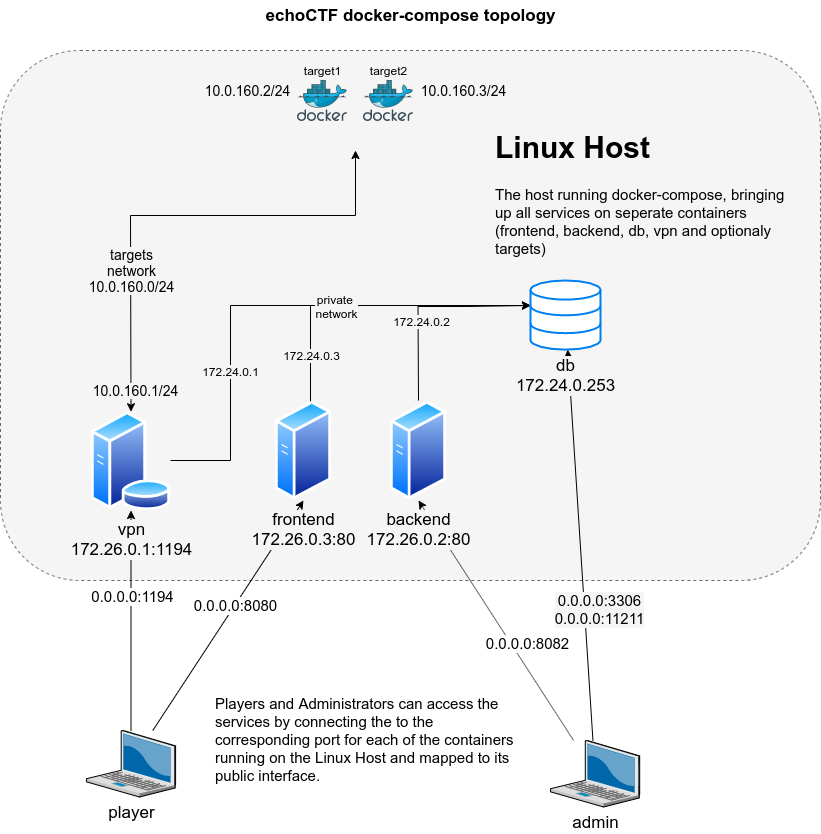
Above: docs/assets/docker-compose-topology.png in echoCTF/echoCTF.RED (draw.io), before the change. Source tidied: cells renumbered, new cells last; positions are measured from the earlier drawing's top-left corner, leaving out a move shared by most shapes. Its diagram source:
```xml
<mxGraphModel>
  <root>
    <mxCell id="0" />
    <mxCell id="1" parent="0" />
    <mxCell id="2" style="rounded=1;whiteSpace=wrap;html=1;fontSize=15;dashed=1;fillColor=#f5f5f5;strokeColor=#666666;fontColor=#333333;" parent="1" vertex="1">
      <mxGeometry y="50" width="820" height="530" as="geometry" />
    </mxCell>
    <mxCell id="3" style="endArrow=classic;html=1;entryX=0.5;entryY=1;entryDx=0;entryDy=0;" parent="1" edge="1" source="14" target="10">
      <mxGeometry relative="1" as="geometry" />
    </mxCell>
    <mxCell id="4" value="0.0.0.0:8080" style="text;html=1;align=center;verticalAlign=middle;labelBackgroundColor=#ffffff;fontSize=15;fontColor=#000000;" parent="3" vertex="1">
      <mxGeometry x="0.09" y="1" relative="1" as="geometry" />
    </mxCell>
    <mxCell id="5" style="endArrow=classic;html=1;entryX=0.5;entryY=1;entryDx=0;entryDy=0;" parent="1" edge="1" source="14" target="18">
      <mxGeometry relative="1" as="geometry" />
    </mxCell>
    <mxCell id="6" value="0.0.0.0:1194" style="text;html=1;align=center;verticalAlign=middle;labelBackgroundColor=#ffffff;fontSize=15;fontColor=#000000;" parent="5" vertex="1">
      <mxGeometry x="0.22" relative="1" as="geometry" />
    </mxCell>
    <mxCell id="7" value="echoCTF docker-compose topology" style="text;html=1;align=center;verticalAlign=middle;fontSize=17;fontStyle=1;" parent="1" vertex="1">
      <mxGeometry x="255" width="310" height="30" as="geometry" />
    </mxCell>
    <mxCell id="8" style="edgeStyle=orthogonalEdgeStyle;rounded=0;jettySize=auto;html=1;entryX=0.014;entryY=0.376;entryDx=0;entryDy=0;entryPerimeter=0;" parent="1" edge="1" source="10" target="33">
      <mxGeometry relative="1" as="geometry">
        <Array as="points">
          <mxPoint x="310" y="306" />
        </Array>
      </mxGeometry>
    </mxCell>
    <mxCell id="9" value="172.24.0.3" style="text;html=1;align=center;verticalAlign=middle;labelBackgroundColor=#F5F5F5;" parent="8" vertex="1">
      <mxGeometry x="-0.89" y="-2" relative="1" as="geometry">
        <mxPoint x="-2" y="-30.5" as="offset" />
      </mxGeometry>
    </mxCell>
    <mxCell id="10" value="frontend&lt;br&gt;172.26.0.3:80" style="perimeter=ellipsePerimeter;html=1;align=center;shadow=0;dashed=0;spacingTop=3;image;image=img/lib/active_directory/generic_server.svg;fontSize=17;labelBackgroundColor=#F5F5F5;" parent="1" vertex="1">
      <mxGeometry x="275" y="400" width="56" height="100" as="geometry" />
    </mxCell>
    <mxCell id="11" style="edgeStyle=orthogonalEdgeStyle;rounded=0;jettySize=auto;html=1;entryX=0;entryY=0.376;entryDx=0;entryDy=0;entryPerimeter=0;" parent="1" edge="1" source="29" target="33">
      <mxGeometry relative="1" as="geometry">
        <Array as="points">
          <mxPoint x="468" y="306" />
        </Array>
      </mxGeometry>
    </mxCell>
    <mxCell id="12" value="172.24.0.2" style="text;html=1;align=center;verticalAlign=middle;labelBackgroundColor=#F5F5F5;" parent="11" vertex="1">
      <mxGeometry x="-0.81" y="1" relative="1" as="geometry">
        <mxPoint x="3" y="-60" as="offset" />
      </mxGeometry>
    </mxCell>
    <mxCell id="13" style="edgeStyle=orthogonalEdgeStyle;rounded=0;jettySize=auto;html=1;startArrow=classic;startFill=1;fontSize=17;" parent="1" edge="1" source="18">
      <mxGeometry relative="1" as="geometry">
        <mxPoint x="355" y="150" as="targetPoint" />
        <Array as="points">
          <mxPoint x="131" y="215" />
        </Array>
      </mxGeometry>
    </mxCell>
    <mxCell id="14" value="player" style="verticalLabelPosition=bottom;html=1;verticalAlign=top;strokeColor=none;align=center;outlineConnect=0;shape=mxgraph.citrix.laptop_2;fontSize=17;" parent="1" vertex="1">
      <mxGeometry x="85.9" y="730" width="89.2" height="66.5" as="geometry" />
    </mxCell>
    <mxCell id="15" style="edgeStyle=orthogonalEdgeStyle;rounded=0;jettySize=auto;html=1;exitX=1;exitY=0.5;exitDx=0;exitDy=0;entryX=0.014;entryY=0.376;entryDx=0;entryDy=0;entryPerimeter=0;" parent="1" edge="1" source="18" target="33">
      <mxGeometry relative="1" as="geometry">
        <Array as="points">
          <mxPoint x="230" y="461" />
          <mxPoint x="230" y="306" />
        </Array>
      </mxGeometry>
    </mxCell>
    <mxCell id="16" value="172.24.0.1" style="text;html=1;align=center;verticalAlign=middle;labelBackgroundColor=#F5F5F5;" parent="15" vertex="1">
      <mxGeometry x="-0.42" y="1" relative="1" as="geometry" />
    </mxCell>
    <mxCell id="17" value="private &lt;br&gt;network" style="text;html=1;align=center;verticalAlign=middle;labelBackgroundColor=#F5F5F5;" parent="15" vertex="1">
      <mxGeometry x="0.25" relative="1" as="geometry" />
    </mxCell>
    <mxCell id="18" value="vpn&lt;br&gt;172.26.0.1:1194" style="perimeter=ellipsePerimeter;html=1;align=center;shadow=0;dashed=0;spacingTop=3;image;image=img/lib/active_directory/database_server.svg;fontSize=17;labelBackgroundColor=#F5F5F5;" parent="1" vertex="1">
      <mxGeometry x="90" y="411.2" width="81" height="98.8" as="geometry" />
    </mxCell>
    <mxCell id="19" value="target1" style="html=1;align=center;image;fontSize=12;image=img/lib/mscae/Docker.svg;labelPosition=center;verticalLabelPosition=top;verticalAlign=bottom;labelBackgroundColor=#F5F5F5;" parent="1" vertex="1">
      <mxGeometry x="297" y="80" width="50" height="41" as="geometry" />
    </mxCell>
    <mxCell id="20" value="target2" style="html=1;align=center;image;fontSize=12;image=img/lib/mscae/Docker.svg;labelPosition=center;verticalLabelPosition=top;verticalAlign=bottom;labelBackgroundColor=#F5F5F5;" parent="1" vertex="1">
      <mxGeometry x="363" y="80" width="50" height="41" as="geometry" />
    </mxCell>
    <mxCell id="21" value="10.0.160.1/24" style="text;html=1;align=center;verticalAlign=middle;fontColor=#000000;labelBackgroundColor=#F5F5F5;fontSize=14;" parent="1" vertex="1">
      <mxGeometry x="85" y="380" width="100" height="20" as="geometry" />
    </mxCell>
    <mxCell id="22" value="10.0.160.3/24" style="text;html=1;align=center;verticalAlign=middle;fontColor=#000000;labelBackgroundColor=#F5F5F5;fontSize=14;" parent="1" vertex="1">
      <mxGeometry x="413" y="80" width="100" height="20" as="geometry" />
    </mxCell>
    <mxCell id="23" value="10.0.160.2/24" style="text;html=1;align=center;verticalAlign=middle;fontColor=#000000;labelBackgroundColor=#F5F5F5;fontSize=14;" parent="1" vertex="1">
      <mxGeometry x="197" y="80" width="100" height="20" as="geometry" />
    </mxCell>
    <mxCell id="24" value="targets&lt;br&gt;network&lt;br&gt;10.0.160.0/24" style="text;html=1;align=center;verticalAlign=middle;fontColor=#000000;labelBackgroundColor=#F5F5F5;fontSize=14;" parent="1" vertex="1">
      <mxGeometry x="80.5" y="240" width="100" height="60" as="geometry" />
    </mxCell>
    <mxCell id="25" value="&lt;h1&gt;Linux Host&lt;/h1&gt;&lt;p&gt;The host running docker-compose, bringing up all services on seperate containers (frontend, backend, db, vpn and optionaly targets)&lt;/p&gt;" style="text;html=1;strokeColor=none;fillColor=none;spacing=5;spacingTop=-20;whiteSpace=wrap;overflow=hidden;rounded=0;fontSize=15;" parent="1" vertex="1">
      <mxGeometry x="490" y="120" width="310" height="150" as="geometry" />
    </mxCell>
    <mxCell id="26" style="endArrow=classic;html=1;strokeColor=#000000;strokeWidth=1;fontSize=15;fontColor=#000000;entryX=0.5;entryY=1;entryDx=0;entryDy=0;" parent="1" edge="1" source="28" target="29">
      <mxGeometry relative="1" as="geometry" />
    </mxCell>
    <mxCell id="27" value="0.0.0.0:8082" style="text;html=1;align=center;verticalAlign=middle;labelBackgroundColor=#ffffff;fontSize=15;fontColor=#000000;" parent="26" vertex="1">
      <mxGeometry x="-0.35" y="2" relative="1" as="geometry">
        <mxPoint x="4.7" y="-22.1" as="offset" />
      </mxGeometry>
    </mxCell>
    <mxCell id="28" value="admin" style="verticalLabelPosition=bottom;html=1;verticalAlign=top;strokeColor=none;align=center;outlineConnect=0;shape=mxgraph.citrix.laptop_2;fontSize=17;" parent="1" vertex="1">
      <mxGeometry x="550" y="740" width="89.2" height="66.5" as="geometry" />
    </mxCell>
    <mxCell id="29" value="backend&lt;br&gt;172.26.0.2:80" style="perimeter=ellipsePerimeter;html=1;align=center;shadow=0;dashed=0;spacingTop=3;image;image=img/lib/active_directory/generic_server.svg;fontSize=17;labelBackgroundColor=#F5F5F5;" parent="1" vertex="1">
      <mxGeometry x="390" y="400" width="56" height="100" as="geometry" />
    </mxCell>
    <mxCell id="30" style="endArrow=classic;html=1;strokeColor=#000000;strokeWidth=1;fontSize=15;fontColor=#000000;" parent="1" edge="1" source="28" target="33">
      <mxGeometry relative="1" as="geometry" />
    </mxCell>
    <mxCell id="31" value="0.0.0.0:3306&lt;br&gt;0.0.0.0:11211" style="text;html=1;align=center;verticalAlign=middle;labelBackgroundColor=#F5F5F5;fontSize=15;fontColor=#000000;" parent="30" vertex="1">
      <mxGeometry x="-0.35" y="2" relative="1" as="geometry">
        <mxPoint x="15.9" y="-5.4" as="offset" />
      </mxGeometry>
    </mxCell>
    <mxCell id="32" value="&lt;p&gt;&lt;span style=&quot;font-size: 15px ; font-weight: normal&quot;&gt;Players and Administrators can access the services by connecting the to the corresponding port for each of the containers running on the Linux Host and mapped to its public interface.&lt;/span&gt;&lt;/p&gt;" style="text;html=1;strokeColor=none;fillColor=none;spacing=5;spacingTop=-20;whiteSpace=wrap;overflow=hidden;rounded=0;fontSize=15;" parent="1" vertex="1">
      <mxGeometry x="210" y="690" width="310" height="100" as="geometry" />
    </mxCell>
    <mxCell id="33" value="db&lt;br&gt;172.24.0.253" style="html=1;verticalLabelPosition=bottom;align=center;labelBackgroundColor=#f5f5f5;verticalAlign=top;strokeWidth=2;strokeColor=#0080F0;shadow=0;dashed=0;shape=mxgraph.ios7.icons.data;fontSize=17;" parent="1" vertex="1">
      <mxGeometry x="530" y="280" width="70" height="69.1" as="geometry" />
    </mxCell>
  </root>
</mxGraphModel>
```
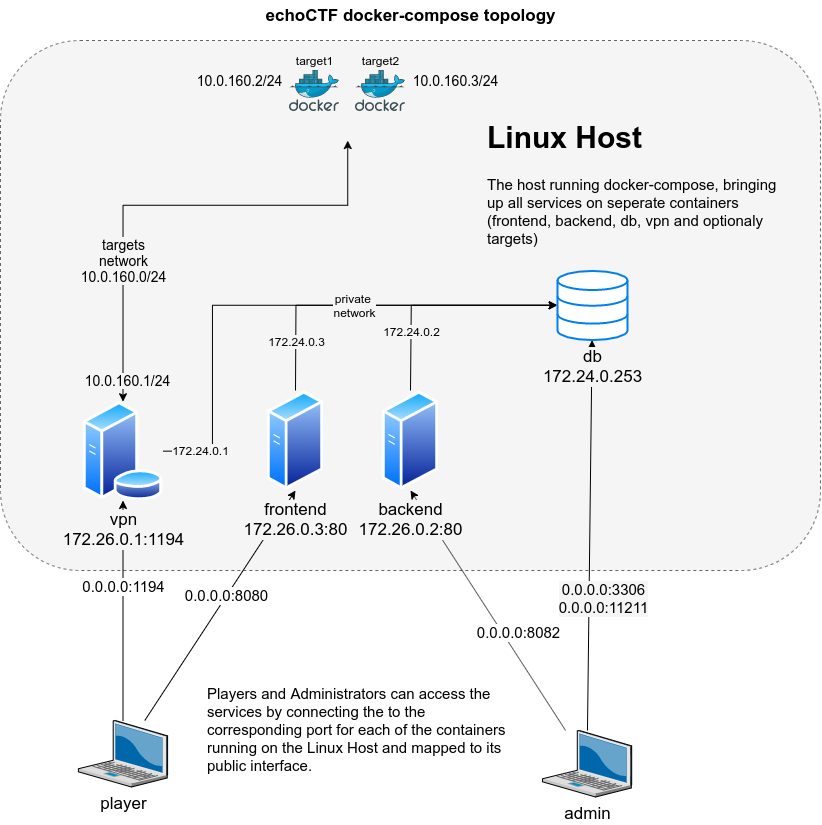
The same diagram one commit later.

The edit, as a diff of the source:
```diff
@@ -3,7 +3,7 @@
     <mxCell id="0" />
     <mxCell id="1" parent="0" />
     <mxCell id="2" style="rounded=1;whiteSpace=wrap;html=1;fontSize=15;dashed=1;fillColor=#f5f5f5;strokeColor=#666666;fontColor=#333333;" parent="1" vertex="1">
-      <mxGeometry y="50" width="820" height="530" as="geometry" />
+      <mxGeometry x="8" y="50" width="820" height="530" as="geometry" />
     </mxCell>
     <mxCell id="3" style="endArrow=classic;html=1;entryX=0.5;entryY=1;entryDx=0;entryDy=0;" parent="1" edge="1" source="14" target="10">
       <mxGeometry relative="1" as="geometry" />
@@ -18,12 +18,12 @@
       <mxGeometry x="0.22" relative="1" as="geometry" />
     </mxCell>
     <mxCell id="7" value="echoCTF docker-compose topology" style="text;html=1;align=center;verticalAlign=middle;fontSize=17;fontStyle=1;" parent="1" vertex="1">
-      <mxGeometry x="255" width="310" height="30" as="geometry" />
+      <mxGeometry x="263" y="10" width="310" height="30" as="geometry" />
     </mxCell>
-    <mxCell id="8" style="edgeStyle=orthogonalEdgeStyle;rounded=0;jettySize=auto;html=1;entryX=0.014;entryY=0.376;entryDx=0;entryDy=0;entryPerimeter=0;" parent="1" edge="1" source="10" target="33">
+    <mxCell id="8" style="edgeStyle=orthogonalEdgeStyle;rounded=0;jettySize=auto;html=1;entryX=0;entryY=0.505;entryDx=0;entryDy=0;entryPerimeter=0;" parent="1" edge="1" source="10" target="33">
       <mxGeometry relative="1" as="geometry">
         <Array as="points">
-          <mxPoint x="310" y="306" />
+          <mxPoint x="303" y="316" />
         </Array>
       </mxGeometry>
     </mxCell>
@@ -35,21 +35,21 @@
     <mxCell id="10" value="frontend&lt;br&gt;172.26.0.3:80" style="perimeter=ellipsePerimeter;html=1;align=center;shadow=0;dashed=0;spacingTop=3;image;image=img/lib/active_directory/generic_server.svg;fontSize=17;labelBackgroundColor=#F5F5F5;" parent="1" vertex="1">
       <mxGeometry x="275" y="400" width="56" height="100" as="geometry" />
     </mxCell>
-    <mxCell id="11" style="edgeStyle=orthogonalEdgeStyle;rounded=0;jettySize=auto;html=1;entryX=0;entryY=0.376;entryDx=0;entryDy=0;entryPerimeter=0;" parent="1" edge="1" source="29" target="33">
+    <mxCell id="11" style="edgeStyle=orthogonalEdgeStyle;rounded=0;jettySize=auto;html=1;entryX=0;entryY=0.5;entryDx=0;entryDy=0;entryPerimeter=0;" parent="1" edge="1" source="29" target="33">
       <mxGeometry relative="1" as="geometry">
         <Array as="points">
-          <mxPoint x="468" y="306" />
+          <mxPoint x="419" y="316" />
         </Array>
       </mxGeometry>
     </mxCell>
     <mxCell id="12" value="172.24.0.2" style="text;html=1;align=center;verticalAlign=middle;labelBackgroundColor=#F5F5F5;" parent="11" vertex="1">
       <mxGeometry x="-0.81" y="1" relative="1" as="geometry">
-        <mxPoint x="3" y="-60" as="offset" />
+        <mxPoint x="0.9" y="-37.2" as="offset" />
       </mxGeometry>
     </mxCell>
     <mxCell id="13" style="edgeStyle=orthogonalEdgeStyle;rounded=0;jettySize=auto;html=1;startArrow=classic;startFill=1;fontSize=17;" parent="1" edge="1" source="18">
       <mxGeometry relative="1" as="geometry">
-        <mxPoint x="355" y="150" as="targetPoint" />
+        <mxPoint x="355.2" y="150.1" as="targetPoint" />
         <Array as="points">
           <mxPoint x="131" y="215" />
         </Array>
@@ -58,16 +58,18 @@
     <mxCell id="14" value="player" style="verticalLabelPosition=bottom;html=1;verticalAlign=top;strokeColor=none;align=center;outlineConnect=0;shape=mxgraph.citrix.laptop_2;fontSize=17;" parent="1" vertex="1">
       <mxGeometry x="85.9" y="730" width="89.2" height="66.5" as="geometry" />
     </mxCell>
-    <mxCell id="15" style="edgeStyle=orthogonalEdgeStyle;rounded=0;jettySize=auto;html=1;exitX=1;exitY=0.5;exitDx=0;exitDy=0;entryX=0.014;entryY=0.376;entryDx=0;entryDy=0;entryPerimeter=0;" parent="1" edge="1" source="18" target="33">
+    <mxCell id="15" style="edgeStyle=orthogonalEdgeStyle;rounded=0;jettySize=auto;html=1;exitX=1;exitY=0.5;exitDx=0;exitDy=0;entryX=0;entryY=0.505;entryDx=0;entryDy=0;entryPerimeter=0;" parent="1" edge="1" source="18" target="33">
       <mxGeometry relative="1" as="geometry">
         <Array as="points">
-          <mxPoint x="230" y="461" />
-          <mxPoint x="230" y="306" />
+          <mxPoint x="220" y="461" />
+          <mxPoint x="220" y="315" />
         </Array>
       </mxGeometry>
     </mxCell>
     <mxCell id="16" value="172.24.0.1" style="text;html=1;align=center;verticalAlign=middle;labelBackgroundColor=#F5F5F5;" parent="15" vertex="1">
-      <mxGeometry x="-0.42" y="1" relative="1" as="geometry" />
+      <mxGeometry x="-0.42" y="1" relative="1" as="geometry">
+        <mxPoint x="-11.7" y="105.7" as="offset" />
+      </mxGeometry>
     </mxCell>
     <mxCell id="17" value="private &lt;br&gt;network" style="text;html=1;align=center;verticalAlign=middle;labelBackgroundColor=#F5F5F5;" parent="15" vertex="1">
       <mxGeometry x="0.25" relative="1" as="geometry" />
@@ -122,7 +124,7 @@
       <mxGeometry x="210" y="690" width="310" height="100" as="geometry" />
     </mxCell>
     <mxCell id="33" value="db&lt;br&gt;172.24.0.253" style="html=1;verticalLabelPosition=bottom;align=center;labelBackgroundColor=#f5f5f5;verticalAlign=top;strokeWidth=2;strokeColor=#0080F0;shadow=0;dashed=0;shape=mxgraph.ios7.icons.data;fontSize=17;" parent="1" vertex="1">
-      <mxGeometry x="530" y="280" width="70" height="69.1" as="geometry" />
+      <mxGeometry x="565" y="280.4" width="70" height="69.1" as="geometry" />
     </mxCell>
   </root>
 </mxGraphModel>
```
